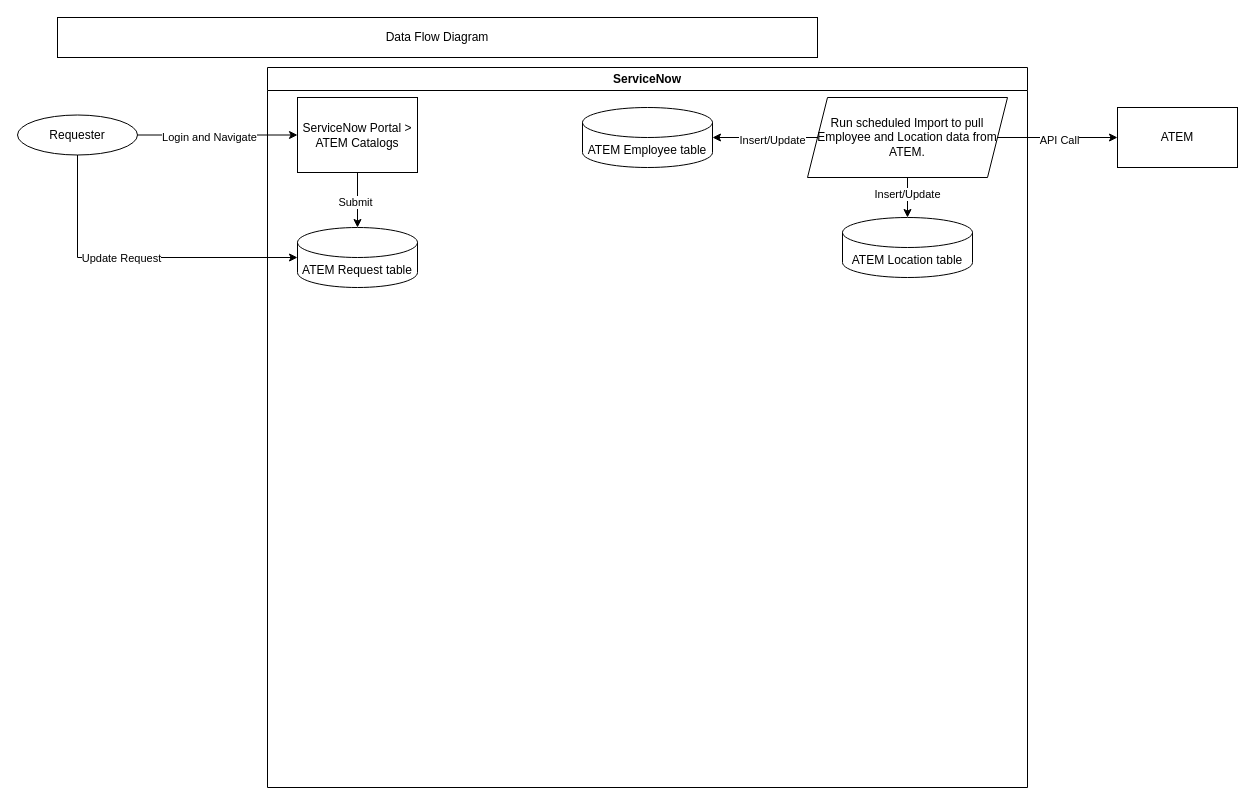
This is ATEM Wireless DFD.drawio from delatorrepsyche/Flowcharts, a draw.io file, before an edit. Source tidied: cells renumbered, new cells numbered last; positions are measured from the earlier drawing's top-left corner, leaving out a move shared by most shapes. Both pictures are drawn from the tidied source at 100%, with x=0, y=0 at pixel (17, 17).
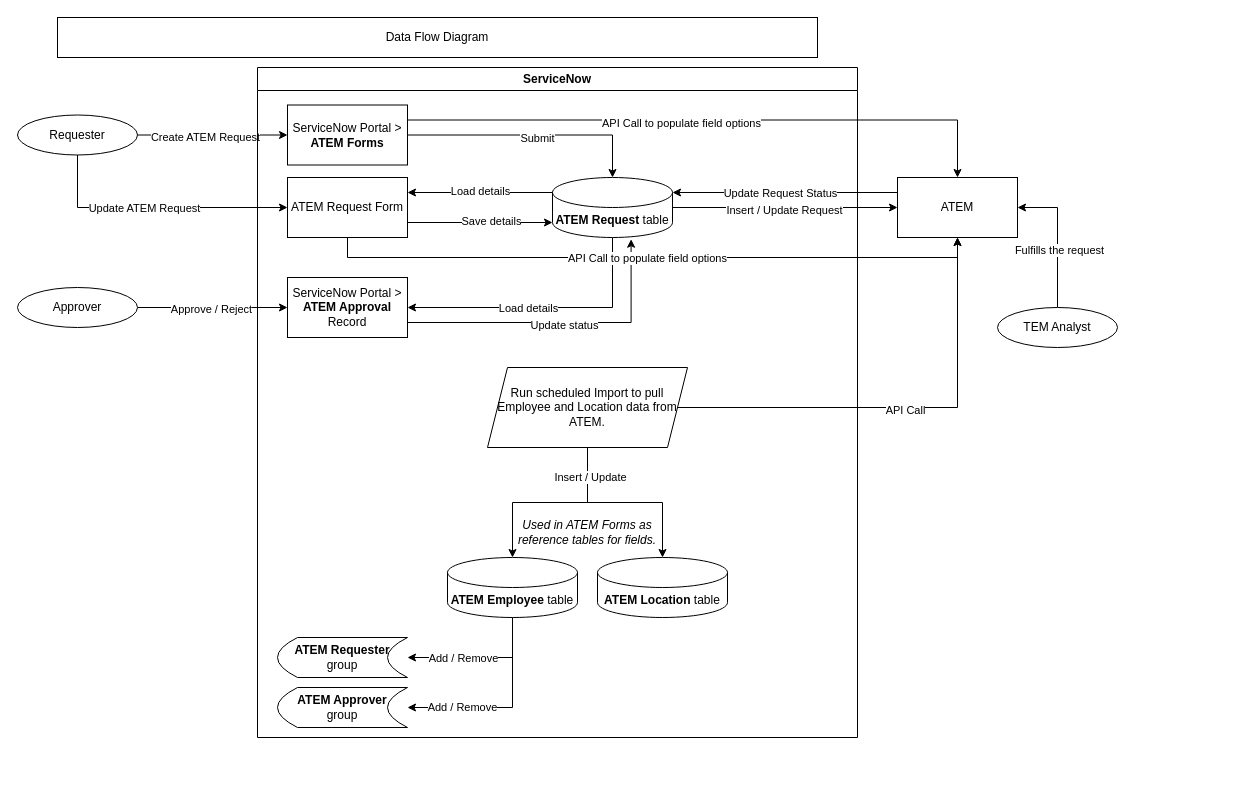
After the change.

Unchanged cells that the change refers to:
```xml
<mxCell id="3" style="edgeStyle=orthogonalEdgeStyle;rounded=0;jettySize=auto;html=1;exitX=1;exitY=0.5;exitDx=0;exitDy=0;entryX=0;entryY=0.5;entryDx=0;entryDy=0;" parent="1" edge="1" source="5" target="10">
  <mxGeometry relative="1" as="geometry" />
</mxCell>
<mxCell id="5" value="Requester" style="ellipse;whiteSpace=wrap;html=1;" parent="1" vertex="1">
  <mxGeometry y="97.5" width="120" height="40" as="geometry" />
</mxCell>
```

Diff of the diagram source:
```diff
@@
-    <mxCell id="4" value="Login and Navigate" style="edgeLabel;html=1;align=center;verticalAlign=middle;" parent="3" vertex="1">
+    <mxCell id="4" value="Create ATEM Request" style="edgeLabel;html=1;align=center;verticalAlign=middle;" parent="3" vertex="1">
       <mxGeometry x="-0.11" y="-2" relative="1" as="geometry" />
     </mxCell>
@@
     <mxCell id="6" value="ATEM" style="rounded=0;whiteSpace=wrap;html=1;" parent="1" vertex="1">
-      <mxGeometry x="1100" y="90" width="120" height="60" as="geometry" />
+      <mxGeometry x="880" y="160" width="120" height="60" as="geometry" />
     </mxCell>
     <mxCell id="7" value="ServiceNow" style="swimlane;whiteSpace=wrap;html=1;" parent="1" vertex="1">
-      <mxGeometry x="250" y="50" width="760" height="720" as="geometry" />
+      <mxGeometry x="240" y="50" width="600" height="670" as="geometry" />
     </mxCell>
@@
-    <mxCell id="10" value="ServiceNow Portal &amp;gt; ATEM Catalogs" style="whiteSpace=wrap;html=1;align=center;" parent="7" vertex="1">
-      <mxGeometry x="30" y="30" width="120" height="75" as="geometry" />
+    <mxCell id="10" value="ServiceNow Portal &amp;gt; &lt;b&gt;ATEM Forms&lt;/b&gt;" style="whiteSpace=wrap;html=1;align=center;" parent="7" vertex="1">
+      <mxGeometry x="30" y="37.5" width="120" height="60" as="geometry" />
     </mxCell>
+    <mxCell id="23" style="edgeStyle=orthogonalEdgeStyle;rounded=0;jettySize=auto;html=1;exitX=0;exitY=0;exitDx=0;exitDy=15;exitPerimeter=0;entryX=1;entryY=0.25;entryDx=0;entryDy=0;" parent="7" edge="1" source="11" target="35">
+      <mxGeometry relative="1" as="geometry" />
+    </mxCell>
+    <mxCell id="24" value="Load details" style="edgeLabel;html=1;align=center;verticalAlign=middle;" parent="23" vertex="1">
+      <mxGeometry y="-2" relative="1" as="geometry" />
+    </mxCell>
+    <mxCell id="25" style="edgeStyle=orthogonalEdgeStyle;rounded=0;jettySize=auto;html=1;exitX=0.5;exitY=1;exitDx=0;exitDy=0;exitPerimeter=0;entryX=1;entryY=0.5;entryDx=0;entryDy=0;" parent="7" edge="1" source="11" target="38">
+      <mxGeometry relative="1" as="geometry" />
+    </mxCell>
+    <mxCell id="26" value="Load details" style="edgeLabel;html=1;align=center;verticalAlign=middle;" parent="25" vertex="1">
+      <mxGeometry x="-0.35" y="-1" relative="1" as="geometry">
+        <mxPoint x="-66" y="1" as="offset" />
+      </mxGeometry>
+    </mxCell>
-    <mxCell id="11" value="ATEM Request table" style="shape=cylinder3;whiteSpace=wrap;html=1;boundedLbl=1;backgroundOutline=1;size=15;" parent="7" vertex="1">
-      <mxGeometry x="30" y="160" width="120" height="60" as="geometry" />
+    <mxCell id="11" value="&lt;b&gt;ATEM Request&lt;/b&gt; table" style="shape=cylinder3;whiteSpace=wrap;html=1;boundedLbl=1;backgroundOutline=1;size=15;" parent="7" vertex="1">
+      <mxGeometry x="295" y="110" width="120" height="60" as="geometry" />
     </mxCell>
-    <mxCell id="12" value="ATEM Location table" style="shape=cylinder3;whiteSpace=wrap;html=1;boundedLbl=1;backgroundOutline=1;size=15;" parent="7" vertex="1">
-      <mxGeometry x="575" y="150" width="130" height="60" as="geometry" />
+    <mxCell id="12" value="&lt;b&gt;ATEM Location&lt;/b&gt; table" style="shape=cylinder3;whiteSpace=wrap;html=1;boundedLbl=1;backgroundOutline=1;size=15;" parent="7" vertex="1">
+      <mxGeometry x="340" y="490" width="130" height="60" as="geometry" />
     </mxCell>
+    <mxCell id="27" style="edgeStyle=orthogonalEdgeStyle;rounded=0;jettySize=auto;html=1;exitX=0.5;exitY=1;exitDx=0;exitDy=0;exitPerimeter=0;entryX=1;entryY=0.5;entryDx=0;entryDy=0;" parent="7" edge="1" source="13" target="32">
+      <mxGeometry relative="1" as="geometry" />
+    </mxCell>
+    <mxCell id="28" value="Add / Remove" style="edgeLabel;html=1;align=center;verticalAlign=middle;" parent="27" vertex="1">
+      <mxGeometry x="0.46" y="2" relative="1" as="geometry">
+        <mxPoint x="16" y="-2" as="offset" />
+      </mxGeometry>
+    </mxCell>
+    <mxCell id="29" style="edgeStyle=orthogonalEdgeStyle;rounded=0;jettySize=auto;html=1;exitX=0.5;exitY=1;exitDx=0;exitDy=0;exitPerimeter=0;entryX=1;entryY=0.5;entryDx=0;entryDy=0;" parent="7" edge="1" source="13" target="33">
+      <mxGeometry relative="1" as="geometry" />
+    </mxCell>
+    <mxCell id="30" value="Add / Remove" style="edgeLabel;html=1;align=center;verticalAlign=middle;" parent="29" vertex="1">
+      <mxGeometry x="0.45" y="-1" relative="1" as="geometry" />
+    </mxCell>
-    <mxCell id="13" value="ATEM Employee table" style="shape=cylinder3;whiteSpace=wrap;html=1;boundedLbl=1;backgroundOutline=1;size=15;" parent="7" vertex="1">
-      <mxGeometry x="315" y="40" width="130" height="60" as="geometry" />
+    <mxCell id="13" value="&lt;b&gt;ATEM Employee&lt;/b&gt; table" style="shape=cylinder3;whiteSpace=wrap;html=1;boundedLbl=1;backgroundOutline=1;size=15;" parent="7" vertex="1">
+      <mxGeometry x="190" y="490" width="130" height="60" as="geometry" />
     </mxCell>
+    <mxCell id="16" style="edgeStyle=orthogonalEdgeStyle;rounded=0;jettySize=auto;html=1;" parent="7" edge="1" source="18" target="12">
+      <mxGeometry relative="1" as="geometry" />
+    </mxCell>
+    <mxCell id="18" value="&lt;div style=&quot;&quot;&gt;&lt;span style=&quot;background-color: initial;&quot;&gt;Run scheduled Import to pull Employee and Location data from ATEM.&lt;/span&gt;&lt;/div&gt;" style="shape=parallelogram;perimeter=parallelogramPerimeter;whiteSpace=wrap;html=1;fixedSize=1;verticalAlign=middle;align=center;" parent="7" vertex="1">
+      <mxGeometry x="230" y="300" width="200" height="80" as="geometry" />
+    </mxCell>
-    <mxCell id="14" style="edgeStyle=orthogonalEdgeStyle;rounded=0;jettySize=auto;html=1;" parent="7" edge="1" source="18" target="13">
+    <mxCell id="14" style="edgeStyle=orthogonalEdgeStyle;rounded=0;jettySize=auto;html=1;exitX=0.5;exitY=1;exitDx=0;exitDy=0;entryX=0.5;entryY=0;entryDx=0;entryDy=0;entryPerimeter=0;" parent="7" edge="1" source="18" target="13">
       <mxGeometry relative="1" as="geometry" />
     </mxCell>
-    <mxCell id="15" value="Insert/Update" style="edgeLabel;html=1;align=center;verticalAlign=middle;" parent="14" vertex="1">
-      <mxGeometry x="-0.12" y="2" relative="1" as="geometry" />
-    </mxCell>
-    <mxCell id="16" style="edgeStyle=orthogonalEdgeStyle;rounded=0;jettySize=auto;html=1;" parent="7" edge="1" source="18" target="12">
-      <mxGeometry relative="1" as="geometry" />
-    </mxCell>
-    <mxCell id="17" value="Insert/Update" style="edgeLabel;html=1;align=center;verticalAlign=middle;" parent="16" vertex="1">
-      <mxGeometry x="-0.2" y="-1" relative="1" as="geometry" />
-    </mxCell>
-    <mxCell id="18" value="&lt;div style=&quot;&quot;&gt;&lt;span style=&quot;background-color: initial;&quot;&gt;Run scheduled Import to pull Employee and Location data from ATEM.&lt;/span&gt;&lt;/div&gt;" style="shape=parallelogram;perimeter=parallelogramPerimeter;whiteSpace=wrap;html=1;fixedSize=1;verticalAlign=middle;align=center;" parent="7" vertex="1">
-      <mxGeometry x="540" y="30" width="200" height="80" as="geometry" />
-    </mxCell>
+    <mxCell id="31" value="Insert / Update" style="edgeLabel;html=1;align=center;verticalAlign=middle;" parent="14" vertex="1">
+      <mxGeometry x="-0.69" y="2" relative="1" as="geometry" />
+    </mxCell>
+    <mxCell id="32" value="&lt;b&gt;ATEM Requester&lt;/b&gt;&lt;div&gt;group&lt;/div&gt;" style="shape=dataStorage;whiteSpace=wrap;html=1;fixedSize=1;align=center;" parent="7" vertex="1">
+      <mxGeometry x="20" y="570" width="130" height="40" as="geometry" />
+    </mxCell>
+    <mxCell id="33" value="&lt;b&gt;ATEM Approver&lt;/b&gt;&lt;div&gt;group&lt;/div&gt;" style="shape=dataStorage;whiteSpace=wrap;html=1;fixedSize=1;align=center;" parent="7" vertex="1">
+      <mxGeometry x="20" y="620" width="130" height="40" as="geometry" />
+    </mxCell>
+    <mxCell id="34" value="&lt;i&gt;Used in ATEM Forms as reference tables for fields.&lt;/i&gt;" style="text;html=1;align=center;verticalAlign=middle;whiteSpace=wrap;rounded=0;" parent="7" vertex="1">
+      <mxGeometry x="255" y="450" width="150" height="30" as="geometry" />
+    </mxCell>
+    <mxCell id="35" value="ATEM Request Form" style="rounded=0;whiteSpace=wrap;html=1;" parent="7" vertex="1">
+      <mxGeometry x="30" y="110" width="120" height="60" as="geometry" />
+    </mxCell>
+    <mxCell id="36" style="edgeStyle=orthogonalEdgeStyle;rounded=0;jettySize=auto;html=1;exitX=1;exitY=0.75;exitDx=0;exitDy=0;entryX=0;entryY=1;entryDx=0;entryDy=-15;entryPerimeter=0;" parent="7" edge="1" source="35" target="11">
+      <mxGeometry relative="1" as="geometry" />
+    </mxCell>
+    <mxCell id="37" value="Save details" style="edgeLabel;html=1;align=center;verticalAlign=middle;" parent="36" vertex="1">
+      <mxGeometry x="0.14" y="2" relative="1" as="geometry" />
+    </mxCell>
+    <mxCell id="38" value="ServiceNow Portal &amp;gt; &lt;b&gt;ATEM Approval&lt;/b&gt; Record" style="rounded=0;whiteSpace=wrap;html=1;" parent="7" vertex="1">
+      <mxGeometry x="30" y="210" width="120" height="60" as="geometry" />
+    </mxCell>
+    <mxCell id="39" style="edgeStyle=orthogonalEdgeStyle;rounded=0;jettySize=auto;html=1;exitX=1;exitY=0.75;exitDx=0;exitDy=0;entryX=0.655;entryY=1.029;entryDx=0;entryDy=0;entryPerimeter=0;" parent="7" edge="1" source="38" target="11">
+      <mxGeometry relative="1" as="geometry" />
+    </mxCell>
+    <mxCell id="40" value="Update status" style="edgeLabel;html=1;align=center;verticalAlign=middle;" parent="39" vertex="1">
+      <mxGeometry x="0.02" y="-2" relative="1" as="geometry" />
+    </mxCell>
-    <mxCell id="19" style="edgeStyle=orthogonalEdgeStyle;rounded=0;jettySize=auto;html=1;exitX=0.5;exitY=1;exitDx=0;exitDy=0;entryX=0;entryY=0.5;entryDx=0;entryDy=0;entryPerimeter=0;" parent="1" edge="1" source="5" target="11">
+    <mxCell id="19" style="edgeStyle=orthogonalEdgeStyle;rounded=0;jettySize=auto;html=1;exitX=0.5;exitY=1;exitDx=0;exitDy=0;entryX=0;entryY=0.5;entryDx=0;entryDy=0;" parent="1" edge="1" source="5" target="35">
       <mxGeometry relative="1" as="geometry" />
     </mxCell>
-    <mxCell id="20" value="Update Request" style="edgeLabel;html=1;align=center;verticalAlign=middle;" parent="19" vertex="1">
+    <mxCell id="20" value="Update ATEM Request" style="edgeLabel;html=1;align=center;verticalAlign=middle;" parent="19" vertex="1">
       <mxGeometry x="-0.1" relative="1" as="geometry">
         <mxPoint x="1" as="offset" />
       </mxGeometry>
     </mxCell>
-    <mxCell id="21" style="edgeStyle=orthogonalEdgeStyle;rounded=0;jettySize=auto;html=1;exitX=1;exitY=0.5;exitDx=0;exitDy=0;entryX=0;entryY=0.5;entryDx=0;entryDy=0;" parent="1" edge="1" source="18" target="6">
+    <mxCell id="21" style="edgeStyle=orthogonalEdgeStyle;rounded=0;jettySize=auto;html=1;exitX=1;exitY=0.5;exitDx=0;exitDy=0;entryX=0.5;entryY=1;entryDx=0;entryDy=0;" parent="1" edge="1" source="18" target="6">
       <mxGeometry relative="1" as="geometry" />
     </mxCell>
@@
+    <mxCell id="41" style="edgeStyle=orthogonalEdgeStyle;rounded=0;jettySize=auto;html=1;exitX=1;exitY=0.5;exitDx=0;exitDy=0;exitPerimeter=0;entryX=0;entryY=0.5;entryDx=0;entryDy=0;" parent="1" edge="1" source="11" target="6">
+      <mxGeometry relative="1" as="geometry" />
+    </mxCell>
+    <mxCell id="42" value="Insert / Update Request" style="edgeLabel;html=1;align=center;verticalAlign=middle;" parent="41" vertex="1">
+      <mxGeometry x="-0.01" y="-1" relative="1" as="geometry">
+        <mxPoint y="1" as="offset" />
+      </mxGeometry>
+    </mxCell>
+    <mxCell id="43" style="edgeStyle=orthogonalEdgeStyle;rounded=0;jettySize=auto;html=1;exitX=0;exitY=0.25;exitDx=0;exitDy=0;entryX=1;entryY=0;entryDx=0;entryDy=15;entryPerimeter=0;" parent="1" edge="1" source="6" target="11">
+      <mxGeometry relative="1" as="geometry" />
+    </mxCell>
+    <mxCell id="44" value="Update Request Status" style="edgeLabel;html=1;align=center;verticalAlign=middle;" parent="43" vertex="1">
+      <mxGeometry x="0.05" relative="1" as="geometry" />
+    </mxCell>
+    <mxCell id="45" style="edgeStyle=orthogonalEdgeStyle;rounded=0;jettySize=auto;html=1;exitX=1;exitY=0.25;exitDx=0;exitDy=0;entryX=0.5;entryY=0;entryDx=0;entryDy=0;" parent="1" edge="1" source="10" target="6">
+      <mxGeometry relative="1" as="geometry" />
+    </mxCell>
+    <mxCell id="46" value="API Call to populate field options" style="edgeLabel;html=1;align=center;verticalAlign=middle;" parent="45" vertex="1">
+      <mxGeometry x="-0.1" y="-2" relative="1" as="geometry">
+        <mxPoint y="1" as="offset" />
+      </mxGeometry>
+    </mxCell>
+    <mxCell id="47" style="edgeStyle=orthogonalEdgeStyle;rounded=0;jettySize=auto;html=1;exitX=0.5;exitY=1;exitDx=0;exitDy=0;entryX=0.5;entryY=1;entryDx=0;entryDy=0;" parent="1" edge="1" source="35" target="6">
+      <mxGeometry relative="1" as="geometry" />
+    </mxCell>
+    <mxCell id="48" value="API Call to populate field options" style="edgeLabel;html=1;align=center;verticalAlign=middle;" parent="47" vertex="1">
+      <mxGeometry x="-0.02" relative="1" as="geometry" />
+    </mxCell>
+    <mxCell id="49" style="edgeStyle=orthogonalEdgeStyle;rounded=0;jettySize=auto;html=1;exitX=1;exitY=0.5;exitDx=0;exitDy=0;entryX=0;entryY=0.5;entryDx=0;entryDy=0;" parent="1" edge="1" source="51" target="38">
+      <mxGeometry relative="1" as="geometry" />
+    </mxCell>
+    <mxCell id="50" value="Approve / Reject" style="edgeLabel;html=1;align=center;verticalAlign=middle;" parent="49" vertex="1">
+      <mxGeometry x="-0.03" y="-1" relative="1" as="geometry" />
+    </mxCell>
+    <mxCell id="51" value="Approver" style="ellipse;whiteSpace=wrap;html=1;" parent="1" vertex="1">
+      <mxGeometry y="270" width="120" height="40" as="geometry" />
+    </mxCell>
+    <mxCell id="52" style="edgeStyle=orthogonalEdgeStyle;rounded=0;jettySize=auto;html=1;exitX=0.5;exitY=0;exitDx=0;exitDy=0;entryX=1;entryY=0.5;entryDx=0;entryDy=0;" parent="1" edge="1" source="54" target="6">
+      <mxGeometry relative="1" as="geometry" />
+    </mxCell>
+    <mxCell id="53" value="Fulfills the request" style="edgeLabel;html=1;align=center;verticalAlign=middle;" parent="52" vertex="1">
+      <mxGeometry x="-0.17" y="-1" relative="1" as="geometry" />
+    </mxCell>
+    <mxCell id="54" value="TEM Analyst" style="ellipse;whiteSpace=wrap;html=1;" parent="1" vertex="1">
+      <mxGeometry x="980" y="290" width="120" height="40" as="geometry" />
+    </mxCell>
```
